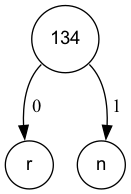
Procuste34/codage_huffman_c keeps this Graphviz diagram as fichiers_viz/arbre_codage_etape_7.png. Above is the earlier version. Its source is kept beside it as fichiers_viz/arbre_codage_etape_7.dot. Its diagram source:
```dot
digraph POT_test {
node [fontname="Arial", shape="circle", width=0.5];
134 [label = "134"]
114 [label = "r"]
110 [label = "n"]
134:sw -> 114 [label = " 0"]
134:se -> 110 [label = " 1"]
}
```
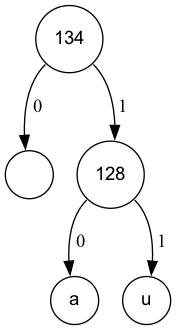
The same diagram one commit later.

The edit, as a diff of the source:
```diff
@@ -1,8 +1,12 @@
 digraph POT_test {
 node [fontname="Arial", shape="circle", width=0.5];
 134 [label = "134"]
-114 [label = "r"]
-110 [label = "n"]
-134:sw -> 114 [label = " 0"]
-134:se -> 110 [label = " 1"]
+32 [label = " "]
+128 [label = "128"]
+97 [label = "a"]
+117 [label = "u"]
+128:sw -> 97 [label = " 0"]
+128:se -> 117 [label = " 1"]
+134:sw -> 32 [label = " 0"]
+134:se -> 128 [label = " 1"]
 }
```
